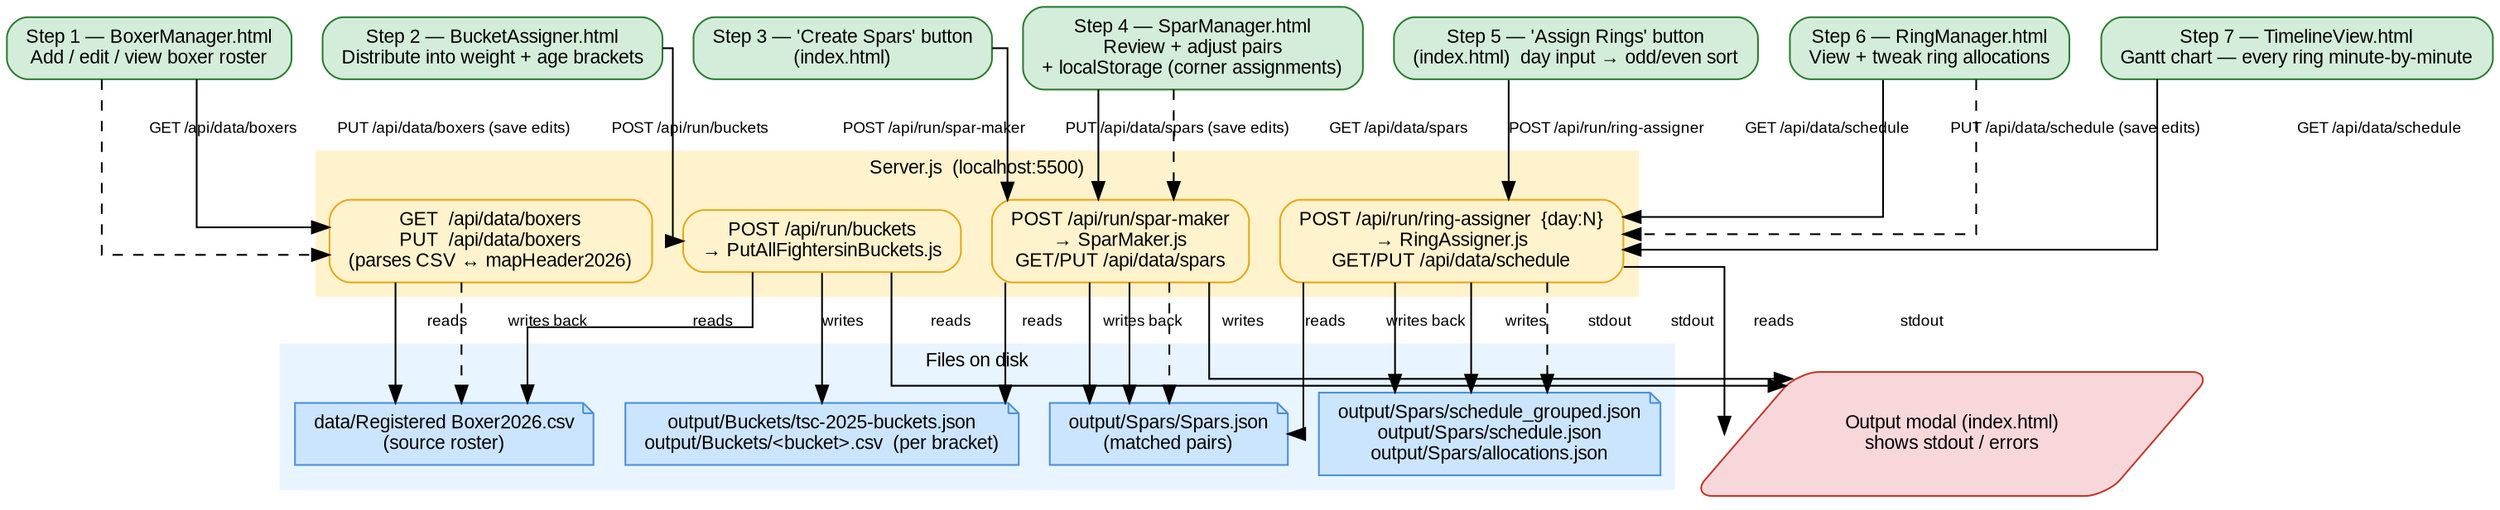
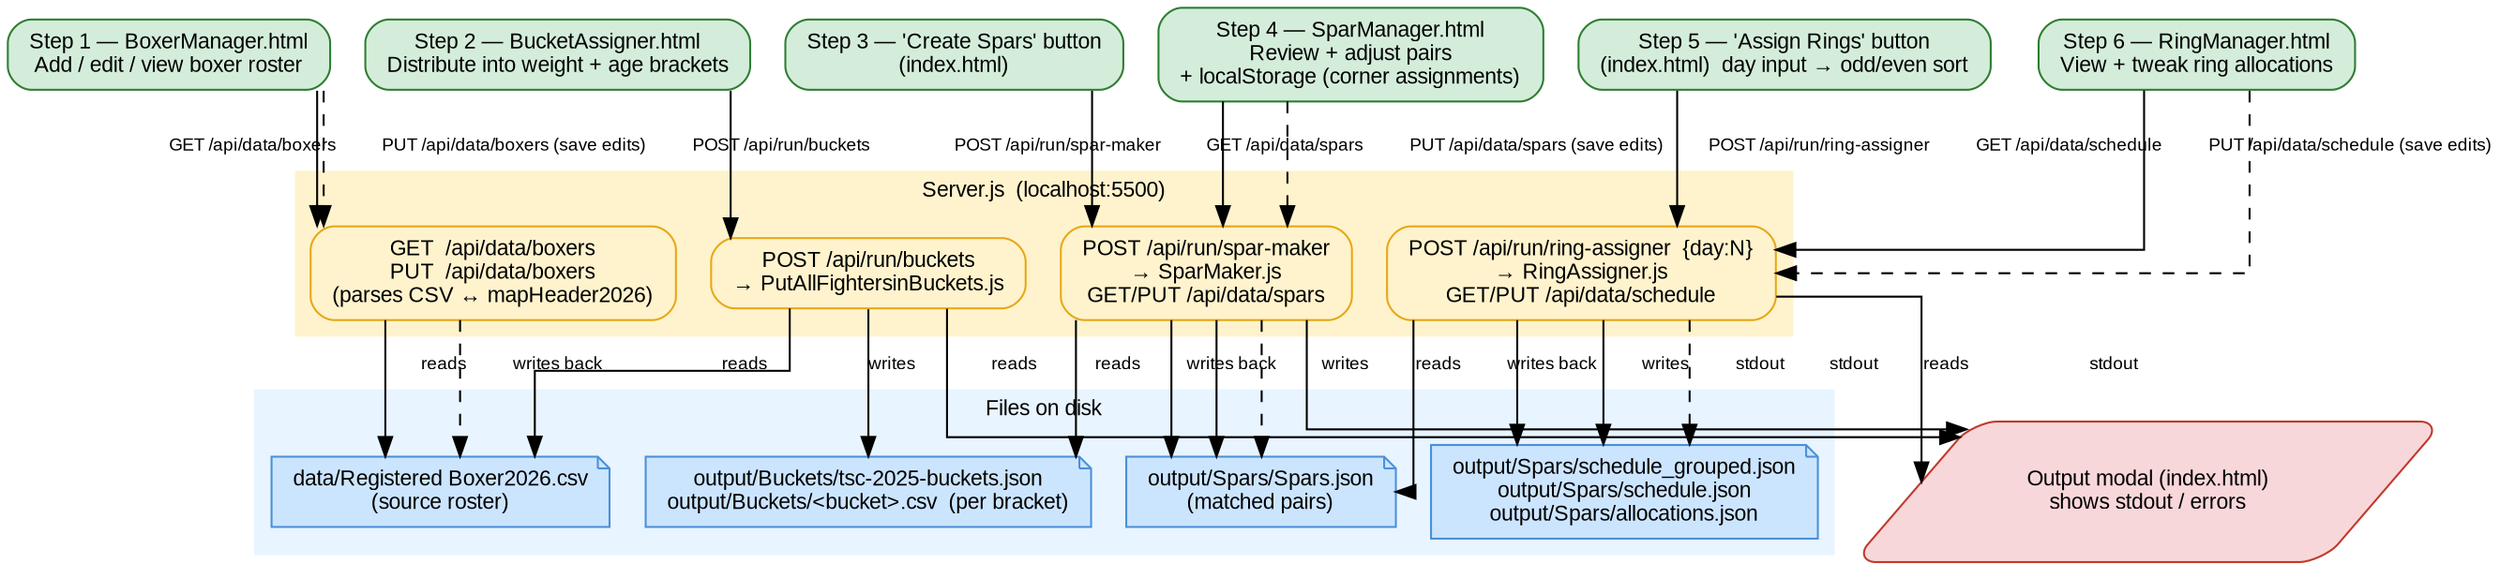
digraph IndexDataFlow {
  rankdir=TB;
  graph [fontname="Arial" fontsize=11 splines=ortho];
  node  [fontname="Arial" fontsize=11 shape=box style="filled,rounded" margin="0.15,0.08"];
  edge  [fontname="Arial" fontsize=9];

  // ════════════════════════════════════════════════
  // FILES
  // ════════════════════════════════════════════════

  subgraph cluster_files {
    label="Files on disk"; style=filled; color="#e8f4ff"; fontname="Arial"; fontsize=11;

    F_csv       [label="data/Registered Boxer2026.csv\n(source roster)" fillcolor="#cce5ff" color="#4a90d9" shape=note];
    F_buckets   [label="output/Buckets/tsc-2025-buckets.json\noutput/Buckets/<bucket>.csv  (per bracket)" fillcolor="#cce5ff" color="#4a90d9" shape=note];
    F_spars     [label="output/Spars/Spars.json\n(matched pairs)" fillcolor="#cce5ff" color="#4a90d9" shape=note];
    F_schedule  [label="output/Spars/schedule_grouped.json\noutput/Spars/schedule.json\noutput/Spars/allocations.json" fillcolor="#cce5ff" color="#4a90d9" shape=note];
  }

  // ════════════════════════════════════════════════
  // SERVER
  // ════════════════════════════════════════════════

  subgraph cluster_server {
    label="Server.js  (localhost:5500)"; style=filled; color="#fff3cd"; fontname="Arial"; fontsize=11;

    SRV_boxers   [label="GET  /api/data/boxers\nPUT  /api/data/boxers\n(parses CSV ↔ mapHeader2026)" fillcolor="#fff3cd" color="#e6a817"];
    SRV_buckets  [label="POST /api/run/buckets\n→ PutAllFightersinBuckets.js" fillcolor="#fff3cd" color="#e6a817"];
    SRV_spars    [label="POST /api/run/spar-maker\n→ SparMaker.js\nGET/PUT /api/data/spars" fillcolor="#fff3cd" color="#e6a817"];
    SRV_rings    [label="POST /api/run/ring-assigner  {day:N}\n→ RingAssigner.js\nGET/PUT /api/data/schedule" fillcolor="#fff3cd" color="#e6a817"];
  }

  // ════════════════════════════════════════════════
  // UI TOOLS  (steps 1 → 7)
  // ════════════════════════════════════════════════

  S1 [label="Step 1 — BoxerManager.html\nAdd / edit / view boxer roster" fillcolor="#d4edda" color="#2e7d32"];
  S2 [label="Step 2 — BucketAssigner.html\nDistribute into weight + age brackets" fillcolor="#d4edda" color="#2e7d32"];
  S3 [label="Step 3 — 'Create Spars' button\n(index.html)" fillcolor="#d4edda" color="#2e7d32"];
  S4 [label="Step 4 — SparManager.html\nReview + adjust pairs\n+ localStorage (corner assignments)" fillcolor="#d4edda" color="#2e7d32"];
  S5 [label="Step 5 — 'Assign Rings' button\n(index.html)  day input → odd/even sort" fillcolor="#d4edda" color="#2e7d32"];
  S6 [label="Step 6 — RingManager.html\nView + tweak ring allocations" fillcolor="#d4edda" color="#2e7d32"];
-   S7 [label="Step 7 — TimelineView.html\nGantt chart — every ring minute-by-minute" fillcolor="#d4edda" color="#2e7d32"];

  Modal [label="Output modal (index.html)\nshows stdout / errors" fillcolor="#f8d7da" color="#c0392b" shape=parallelogram];

  // ════════════════════════════════════════════════
  // EDGES
  // ════════════════════════════════════════════════

  // Step 1 — Boxer Manager
  S1          -> SRV_boxers  [label="GET /api/data/boxers"];
  SRV_boxers  -> F_csv       [label="reads"];
  S1          -> SRV_boxers  [label="PUT /api/data/boxers (save edits)" style=dashed];
  SRV_boxers  -> F_csv       [label="writes back" style=dashed];

  // Step 2 — Bucket Assigner
  S2          -> SRV_buckets [label="POST /api/run/buckets"];
  SRV_buckets -> F_csv       [label="reads"];
  SRV_buckets -> F_buckets   [label="writes"];
  SRV_buckets -> Modal       [label="stdout"];

  // Step 3 — Create Spars
  S3          -> SRV_spars   [label="POST /api/run/spar-maker"];
  SRV_spars   -> F_buckets   [label="reads"];
  SRV_spars   -> F_spars     [label="writes"];
  SRV_spars   -> Modal       [label="stdout"];

  // Step 4 — Spar Manager
  S4          -> SRV_spars   [label="GET /api/data/spars"];
  SRV_spars   -> F_spars     [label="reads"];
  S4          -> SRV_spars   [label="PUT /api/data/spars (save edits)" style=dashed];
  SRV_spars   -> F_spars     [label="writes back" style=dashed];

  // Step 5 — Assign Rings
  S5          -> SRV_rings   [label="POST /api/run/ring-assigner"];
  SRV_rings   -> F_spars     [label="reads"];
  SRV_rings   -> F_schedule  [label="writes"];
  SRV_rings   -> Modal       [label="stdout"];

  // Step 6 — Ring Manager
  S6          -> SRV_rings   [label="GET /api/data/schedule"];
  SRV_rings   -> F_schedule  [label="reads"];
  S6          -> SRV_rings   [label="PUT /api/data/schedule (save edits)" style=dashed];
  SRV_rings   -> F_schedule  [label="writes back" style=dashed];

-   // Step 7 — Timeline View
-   S7          -> SRV_rings   [label="GET /api/data/schedule"];
}
